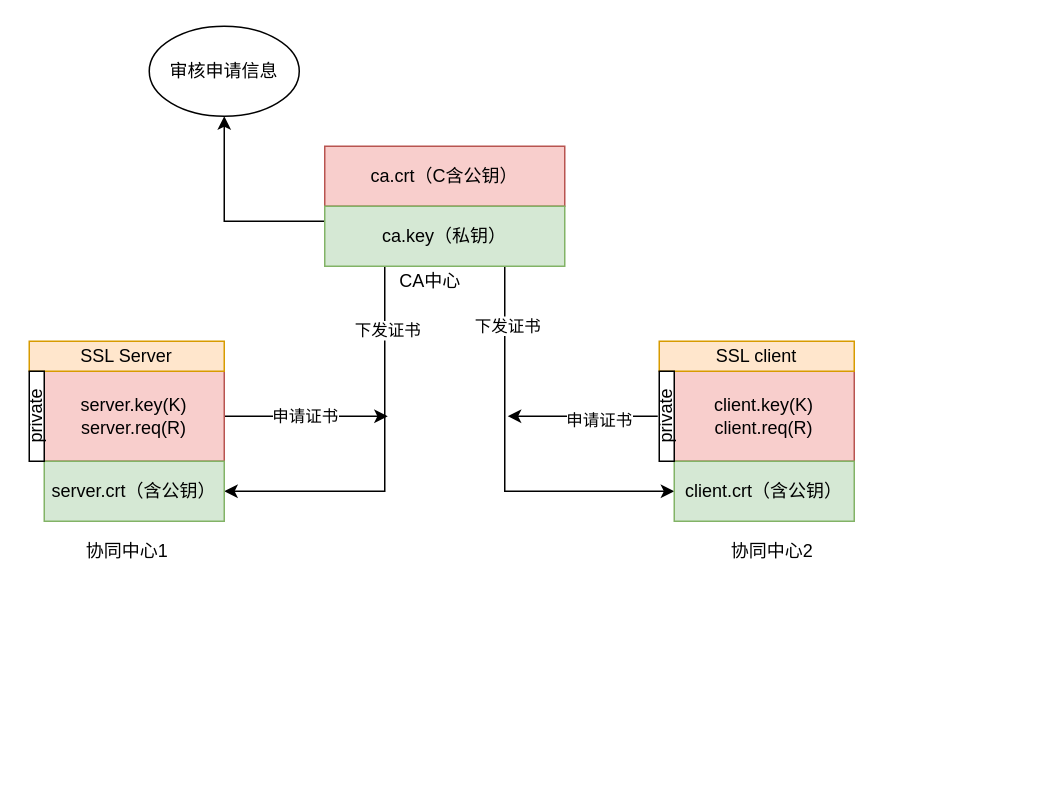
The draw.io diagram page "3、双向认证工作流" (3 of 4) of SSL/TLS双向认证.drawio in dengyun19900722/tech-study-docs, before the edit. Source tidied: cells renumbered, new cells numbered last; positions are measured from the earlier drawing's top-left corner, leaving out a move shared by most shapes. Both pictures are drawn from the tidied source at 150%, with x=0, y=0 at pixel (28, 26).
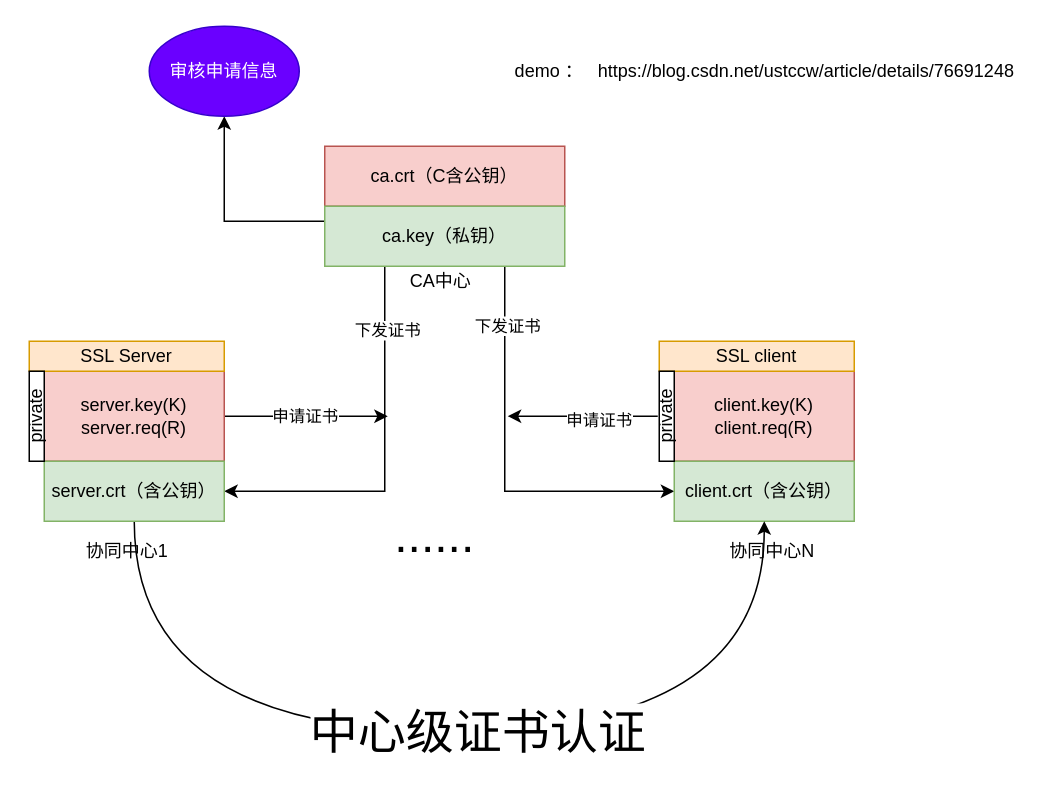
The same page after the edit.

The change refers to these unchanged cells:
```xml
<mxCell id="10" value="client.crt（含公钥）" style="rounded=0;whiteSpace=wrap;html=1;fillColor=#d5e8d4;strokeColor=#82b366;" parent="1" vertex="1">
  <mxGeometry x="430" y="290" width="120" height="40" as="geometry" />
</mxCell>
<mxCell id="17" value="server.crt（含公钥）" style="rounded=0;whiteSpace=wrap;html=1;fillColor=#d5e8d4;strokeColor=#82b366;" parent="1" vertex="1">
  <mxGeometry x="10" y="290" width="120" height="40" as="geometry" />
</mxCell>
```

Change to the diagram source:
```diff
@@
+    <mxCell id="24" style="edgeStyle=orthogonalEdgeStyle;curved=1;rounded=0;jettySize=auto;html=1;exitX=0.5;exitY=1;exitDx=0;exitDy=0;entryX=0.5;entryY=1;entryDx=0;entryDy=0;fontSize=32;" parent="1" edge="1" source="17" target="10">
+      <mxGeometry relative="1" as="geometry">
+        <Array as="points">
+          <mxPoint x="70" y="470" />
+          <mxPoint x="490" y="470" />
+        </Array>
+      </mxGeometry>
+    </mxCell>
+    <mxCell id="25" value="中心级证书认证" style="edgeLabel;html=1;align=center;verticalAlign=middle;fontSize=32;" parent="24" vertex="1">
+      <mxGeometry x="0.05" relative="1" as="geometry" />
+    </mxCell>
@@
-    <mxCell id="21" value="协同中心2" style="text;html=1;align=center;verticalAlign=middle;strokeColor=none;" parent="1" vertex="1">
+    <mxCell id="21" value="协同中心N" style="text;html=1;align=center;verticalAlign=middle;strokeColor=none;" parent="1" vertex="1">
       <mxGeometry x="460" y="340" width="70" height="20" as="geometry" />
     </mxCell>
     <mxCell id="22" value="CA中心" style="text;html=1;align=center;verticalAlign=middle;strokeColor=none;" parent="1" vertex="1">
-      <mxGeometry x="237" y="160" width="60" height="20" as="geometry" />
+      <mxGeometry x="244" y="160" width="60" height="20" as="geometry" />
     </mxCell>
-    <mxCell id="23" value="审核申请信息" style="ellipse;whiteSpace=wrap;html=1;align=center;" parent="1" vertex="1">
+    <mxCell id="23" value="审核申请信息" style="ellipse;whiteSpace=wrap;html=1;align=center;fillColor=#6a00ff;strokeColor=#3700CC;fontColor=#ffffff;" parent="1" vertex="1">
       <mxGeometry x="80" width="100" height="60" as="geometry" />
     </mxCell>
+    <mxCell id="26" value="......" style="text;html=1;align=center;verticalAlign=middle;strokeColor=none;fontSize=32;" parent="1" vertex="1">
+      <mxGeometry x="235" y="320" width="70" height="40" as="geometry" />
+    </mxCell>
+    <mxCell id="27" value="demo ：&amp;nbsp; &amp;nbsp;https://blog.csdn.net/ustccw/article/details/76691248" style="text;html=1;align=center;verticalAlign=middle;strokeColor=none;fontSize=12;" parent="1" vertex="1">
+      <mxGeometry x="315" y="20" width="350" height="20" as="geometry" />
+    </mxCell>
```
